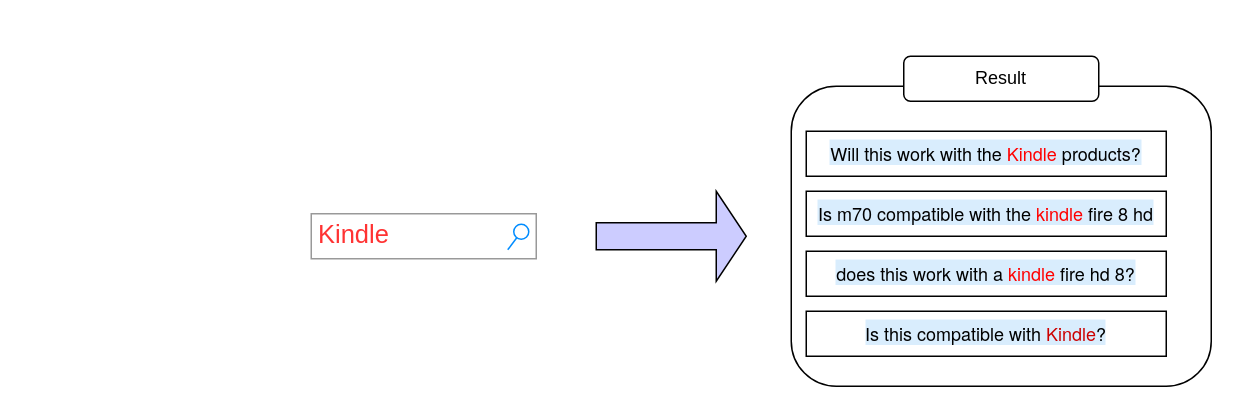
This is 未命名绘图.drawio from leejianwei/aws-diagram, a draw.io file, before an edit. Source tidied: cells renumbered, new cells numbered last; positions are measured from the earlier drawing's top-left corner, leaving out a move shared by most shapes. Both pictures are drawn from the tidied source at 150%, with x=0, y=0 at pixel (310, 56). Pictures stored in the file or linked from it are replaced by grey dashed boxes.
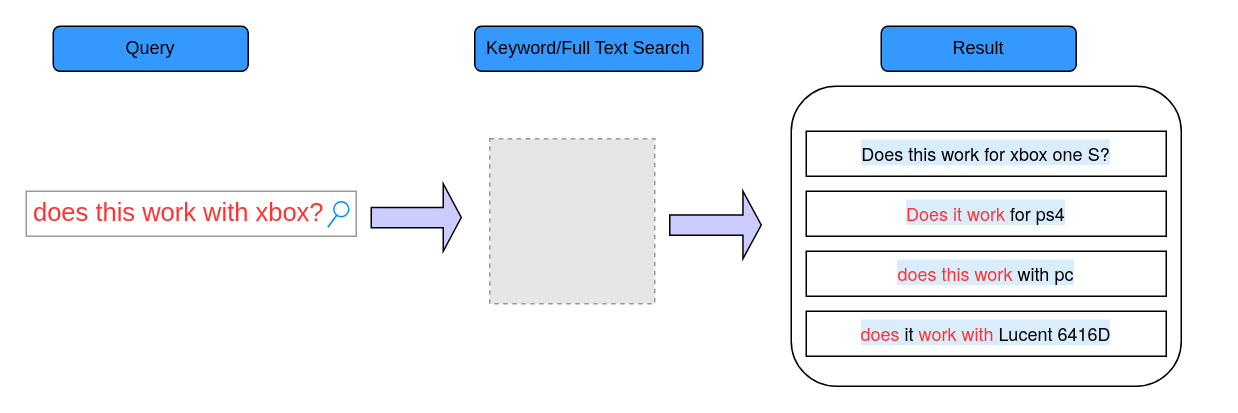
The same page after the edit.

Commit message (it also covers changes not shown here):
更新未命名绘图.drawio

Diff of the diagram source:
```diff
@@
 <mxGraphModel>
   <root>
     <mxCell id="0" />
     <mxCell id="1" parent="0" />
-    <mxCell id="2" value="&lt;font color=&quot;#ff3333&quot;&gt;Kindle&lt;/font&gt;" style="strokeWidth=1;shadow=0;dashed=0;align=center;html=1;shape=mxgraph.mockup.forms.searchBox;strokeColor=#999999;mainText=;strokeColor2=#008cff;fontColor=#666666;fontSize=17;align=left;spacingLeft=3;" parent="1" vertex="1">
-      <mxGeometry y="105" width="150" height="30" as="geometry" />
+    <mxCell id="2" value="&lt;font color=&quot;#ff3333&quot;&gt;does this work with xbox?&lt;/font&gt;" style="strokeWidth=1;shadow=0;dashed=0;align=center;html=1;shape=mxgraph.mockup.forms.searchBox;strokeColor=#999999;mainText=;strokeColor2=#008cff;fontColor=#666666;fontSize=17;align=left;spacingLeft=3;" parent="1" vertex="1">
+      <mxGeometry x="-190" y="90" width="220" height="30" as="geometry" />
     </mxCell>
     <mxCell id="3" style="rounded=1;whiteSpace=wrap;html=1;" parent="1" vertex="1">
-      <mxGeometry x="320" y="20" width="280" height="200" as="geometry" />
+      <mxGeometry x="320" y="20" width="260" height="200" as="geometry" />
     </mxCell>
-    <mxCell id="4" value="Result" style="rounded=1;whiteSpace=wrap;html=1;" parent="1" vertex="1">
-      <mxGeometry x="395" width="130" height="30" as="geometry" />
+    <mxCell id="4" value="Result" style="rounded=1;whiteSpace=wrap;html=1;fillColor=#3399FF;" parent="1" vertex="1">
+      <mxGeometry x="380" y="-20" width="130" height="30" as="geometry" />
     </mxCell>
-    <mxCell id="5" value="&lt;span style=&quot;font-family: &amp;quot;Helvetica Neue&amp;quot;, Helvetica, Arial, sans-serif; text-align: right; background-color: rgba(66, 165, 245, 0.2);&quot;&gt;Will this work with the &lt;font color=&quot;#ff0000&quot;&gt;Kindle&lt;/font&gt; products?&lt;/span&gt;" style="rounded=0;whiteSpace=wrap;html=1;" parent="1" vertex="1">
+    <mxCell id="5" value="&lt;span style=&quot;font-family: &amp;quot;Helvetica Neue&amp;quot;, Helvetica, Arial, sans-serif; text-align: right; background-color: rgba(66, 165, 245, 0.2);&quot;&gt;Does this work for xbox one S?&lt;/span&gt;" style="rounded=0;whiteSpace=wrap;html=1;" parent="1" vertex="1">
       <mxGeometry x="330" y="50" width="240" height="30" as="geometry" />
     </mxCell>
-    <mxCell id="6" value="&lt;span style=&quot;font-family: &amp;quot;Helvetica Neue&amp;quot;, Helvetica, Arial, sans-serif; text-align: right; background-color: rgba(66, 165, 245, 0.2);&quot;&gt;Is m70 compatible with the &lt;font color=&quot;#ff0000&quot;&gt;kindle&lt;/font&gt; fire 8 hd&lt;/span&gt;" style="rounded=0;whiteSpace=wrap;html=1;" parent="1" vertex="1">
+    <mxCell id="6" value="&lt;span style=&quot;font-family: &amp;quot;Helvetica Neue&amp;quot;, Helvetica, Arial, sans-serif; text-align: right; background-color: rgba(66, 165, 245, 0.2);&quot;&gt;&lt;font color=&quot;#ff3333&quot;&gt;Does it work&lt;/font&gt; for ps4&lt;/span&gt;" style="rounded=0;whiteSpace=wrap;html=1;" parent="1" vertex="1">
       <mxGeometry x="330" y="90" width="240" height="30" as="geometry" />
     </mxCell>
-    <mxCell id="7" value="&lt;span style=&quot;font-family: &amp;quot;Helvetica Neue&amp;quot;, Helvetica, Arial, sans-serif; text-align: right; background-color: rgba(66, 165, 245, 0.2);&quot;&gt;does this work with a &lt;font color=&quot;#ff0000&quot;&gt;kindle&lt;/font&gt; fire hd 8?&lt;/span&gt;" style="rounded=0;whiteSpace=wrap;html=1;" parent="1" vertex="1">
+    <mxCell id="7" value="&lt;span style=&quot;font-family: &amp;quot;Helvetica Neue&amp;quot;, Helvetica, Arial, sans-serif; text-align: right; background-color: rgba(66, 165, 245, 0.2);&quot;&gt;&lt;font color=&quot;#ff3333&quot;&gt;does this work&lt;/font&gt; with pc&lt;/span&gt;" style="rounded=0;whiteSpace=wrap;html=1;" parent="1" vertex="1">
       <mxGeometry x="330" y="130" width="240" height="30" as="geometry" />
     </mxCell>
-    <mxCell id="8" value="&lt;span style=&quot;font-family: &amp;quot;Helvetica Neue&amp;quot;, Helvetica, Arial, sans-serif; text-align: right; background-color: rgba(66, 165, 245, 0.2);&quot;&gt;Is this compatible with &lt;font color=&quot;#cc0000&quot;&gt;Kindle&lt;/font&gt;?&lt;/span&gt;" style="rounded=0;whiteSpace=wrap;html=1;" parent="1" vertex="1">
+    <mxCell id="8" value="&lt;span style=&quot;font-family: &amp;quot;Helvetica Neue&amp;quot;, Helvetica, Arial, sans-serif; text-align: right; background-color: rgba(66, 165, 245, 0.2);&quot;&gt;&lt;font color=&quot;#ff3333&quot;&gt;does&lt;/font&gt; it &lt;font color=&quot;#ff3333&quot;&gt;work with&lt;/font&gt; Lucent 6416D&lt;/span&gt;" style="rounded=0;whiteSpace=wrap;html=1;" parent="1" vertex="1">
       <mxGeometry x="330" y="170" width="240" height="30" as="geometry" />
     </mxCell>
     <mxCell id="9" style="shape=singleArrow;whiteSpace=wrap;html=1;fillColor=#CCCCFF;" parent="1" vertex="1">
-      <mxGeometry x="190" y="90" width="100" height="60" as="geometry" />
+      <mxGeometry x="40" y="85" width="60" height="45" as="geometry" />
     </mxCell>
+    <mxCell id="10" style="fillColor=#E6E6E6;strokeColor=#999999;dashed=1;verticalLabelPosition=bottom;labelBackgroundColor=default;verticalAlign=top;" parent="1" vertex="1">
+      <mxGeometry x="119" y="55" width="110" height="110" as="geometry" />
+    </mxCell>
+    <mxCell id="11" value="Query" style="rounded=1;whiteSpace=wrap;html=1;fillColor=#3399FF;" parent="1" vertex="1">
+      <mxGeometry x="-172" y="-20" width="130" height="30" as="geometry" />
+    </mxCell>
+    <mxCell id="12" value="Keyword/Full Text Search" style="rounded=1;whiteSpace=wrap;html=1;fillColor=#3399FF;" parent="1" vertex="1">
+      <mxGeometry x="109" y="-20" width="152" height="30" as="geometry" />
+    </mxCell>
+    <mxCell id="13" style="shape=singleArrow;whiteSpace=wrap;html=1;fillColor=#CCCCFF;" parent="1" vertex="1">
+      <mxGeometry x="239" y="90" width="61" height="45" as="geometry" />
+    </mxCell>
   </root>
 </mxGraphModel>
```
